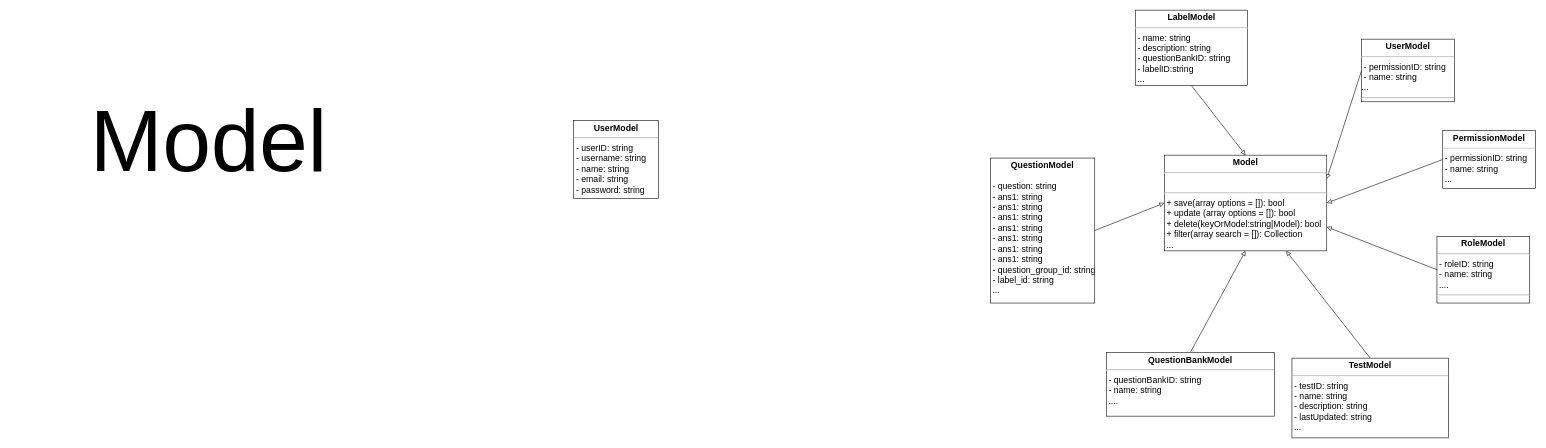
This is page "Model" (2 of 4) of Hình/classdiagram.drawio from VDT1805/ChallengeCreator, a draw.io file, before an edit. Source tidied: cells renumbered, new cells numbered last; positions are measured from the earlier drawing's top-left corner, leaving out a move shared by most shapes. Both pictures are drawn from the tidied source at 58%, with x=0, y=0 at pixel (10, 10).
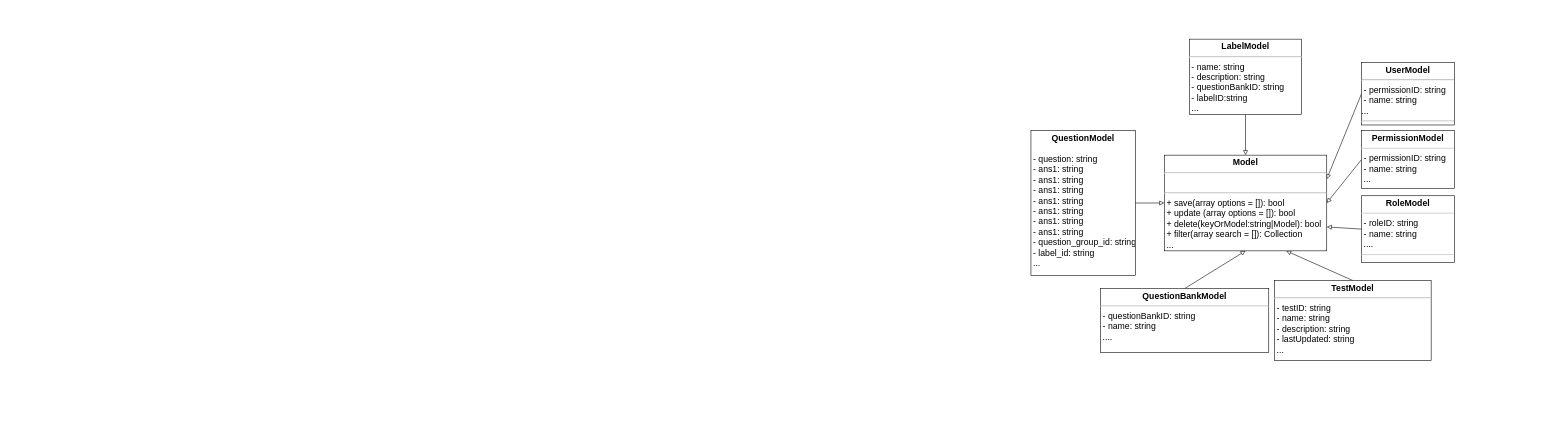
Above is the later version.

The edit, as a diff of the source:
```diff
@@
 <mxGraphModel>
   <root>
     <mxCell id="0" />
     <mxCell id="1" parent="0" />
-    <mxCell id="2" value="&lt;p style=&quot;margin: 4px 0px 0px; text-align: center; font-size: 15px;&quot;&gt;&lt;b style=&quot;font-size: 15px;&quot;&gt;UserModel&lt;/b&gt;&lt;/p&gt;&lt;hr style=&quot;font-size: 15px;&quot;&gt;&lt;p style=&quot;margin: 0px 0px 0px 4px; font-size: 15px;&quot;&gt;- userID: string&lt;/p&gt;&lt;p style=&quot;margin: 0px 0px 0px 4px; font-size: 15px;&quot;&gt;- username: string&lt;/p&gt;&lt;p style=&quot;margin: 0px 0px 0px 4px; font-size: 15px;&quot;&gt;- name: string&lt;/p&gt;&lt;p style=&quot;margin: 0px 0px 0px 4px; font-size: 15px;&quot;&gt;- email: string&lt;/p&gt;&lt;p style=&quot;margin: 0px 0px 0px 4px; font-size: 15px;&quot;&gt;- password: string&lt;/p&gt;&lt;hr style=&quot;font-size: 15px;&quot;&gt;&lt;p style=&quot;margin: 0px 0px 0px 4px; font-size: 15px;&quot;&gt;&lt;br style=&quot;font-size: 15px;&quot;&gt;&lt;/p&gt;" style="verticalAlign=top;align=left;overflow=fill;fontSize=15;fontFamily=Helvetica;html=1;" parent="1" vertex="1">
-      <mxGeometry x="971.5" y="190" width="146" height="135" as="geometry" />
-    </mxCell>
     <mxCell id="3" style="edgeStyle=none;html=1;exitX=0.5;exitY=0;exitDx=0;exitDy=0;entryX=0.5;entryY=1;entryDx=0;entryDy=0;endArrow=block;endFill=0;" parent="1" edge="1" source="4" target="16">
       <mxGeometry relative="1" as="geometry" />
     </mxCell>
     <mxCell id="4" value="&lt;p style=&quot;margin: 4px 0px 0px; text-align: center; font-size: 15px;&quot;&gt;&lt;b style=&quot;font-size: 15px;&quot;&gt;QuestionBankModel&lt;/b&gt;&lt;/p&gt;&lt;hr style=&quot;font-size: 15px;&quot;&gt;&lt;p style=&quot;margin: 0px 0px 0px 4px; font-size: 15px;&quot;&gt;- questionBankID: string&lt;/p&gt;&lt;p style=&quot;margin: 0px 0px 0px 4px; font-size: 15px;&quot;&gt;- name: string&lt;/p&gt;&lt;p style=&quot;margin: 0px 0px 0px 4px; font-size: 15px;&quot;&gt;....&lt;/p&gt;&lt;p style=&quot;margin: 0px 0px 0px 4px; font-size: 15px;&quot;&gt;&lt;br style=&quot;font-size: 15px;&quot;&gt;&lt;/p&gt;&lt;hr style=&quot;font-size: 15px;&quot;&gt;&lt;p style=&quot;margin: 0px 0px 0px 4px; font-size: 15px;&quot;&gt;&lt;br style=&quot;font-size: 15px;&quot;&gt;&lt;/p&gt;" style="verticalAlign=top;align=left;overflow=fill;fontSize=15;fontFamily=Helvetica;html=1;" parent="1" vertex="1">
-      <mxGeometry x="1890" y="590" width="290" height="110" as="geometry" />
+      <mxGeometry x="1880" y="480" width="290" height="110" as="geometry" />
     </mxCell>
     <mxCell id="5" style="edgeStyle=none;html=1;exitX=0.5;exitY=0;exitDx=0;exitDy=0;entryX=0.75;entryY=1;entryDx=0;entryDy=0;endArrow=block;endFill=0;" parent="1" edge="1" source="6" target="16">
       <mxGeometry relative="1" as="geometry" />
     </mxCell>
     <mxCell id="6" value="&lt;p style=&quot;margin: 4px 0px 0px; text-align: center; font-size: 15px;&quot;&gt;&lt;b style=&quot;font-size: 15px;&quot;&gt;TestModel&lt;/b&gt;&lt;/p&gt;&lt;hr style=&quot;font-size: 15px;&quot;&gt;&lt;p style=&quot;margin: 0px 0px 0px 4px; font-size: 15px;&quot;&gt;- testID: string&lt;/p&gt;&lt;p style=&quot;margin: 0px 0px 0px 4px; font-size: 15px;&quot;&gt;- name: string&lt;br style=&quot;font-size: 15px;&quot;&gt;&lt;/p&gt;&lt;p style=&quot;margin: 0px 0px 0px 4px; font-size: 15px;&quot;&gt;- description: string&lt;/p&gt;&lt;p style=&quot;margin: 0px 0px 0px 4px; font-size: 15px;&quot;&gt;- lastUpdated: string&lt;/p&gt;&lt;p style=&quot;margin: 0px 0px 0px 4px; font-size: 15px;&quot;&gt;...&lt;/p&gt;&lt;p style=&quot;margin: 0px 0px 0px 4px; font-size: 15px;&quot;&gt;&lt;br&gt;&lt;/p&gt;&lt;p style=&quot;margin: 0px 0px 0px 4px; font-size: 15px;&quot;&gt;&lt;br style=&quot;font-size: 15px;&quot;&gt;&lt;/p&gt;" style="verticalAlign=top;align=left;overflow=fill;fontSize=15;fontFamily=Helvetica;html=1;" parent="1" vertex="1">
-      <mxGeometry x="2210" y="600" width="270" height="137.5" as="geometry" />
+      <mxGeometry x="2180" y="466.2" width="270" height="137.5" as="geometry" />
     </mxCell>
     <mxCell id="7" style="edgeStyle=none;html=1;exitX=0.5;exitY=1;exitDx=0;exitDy=0;entryX=0.5;entryY=0;entryDx=0;entryDy=0;endArrow=block;endFill=0;" parent="1" edge="1" source="8" target="16">
       <mxGeometry relative="1" as="geometry" />
     </mxCell>
     <mxCell id="8" value="&lt;p style=&quot;margin: 4px 0px 0px; text-align: center; font-size: 15px;&quot;&gt;&lt;b style=&quot;font-size: 15px;&quot;&gt;LabelModel&lt;/b&gt;&lt;/p&gt;&lt;hr style=&quot;font-size: 15px;&quot;&gt;&lt;p style=&quot;margin: 0px 0px 0px 4px; font-size: 15px;&quot;&gt;- name: string&lt;/p&gt;&lt;p style=&quot;margin: 0px 0px 0px 4px; font-size: 15px;&quot;&gt;- description: string&lt;/p&gt;&lt;p style=&quot;margin: 0px 0px 0px 4px; font-size: 15px;&quot;&gt;- questionBankID: string&lt;/p&gt;&lt;p style=&quot;margin: 0px 0px 0px 4px; font-size: 15px;&quot;&gt;- labelID:string&lt;/p&gt;&lt;p style=&quot;margin: 0px 0px 0px 4px; font-size: 15px;&quot;&gt;...&lt;/p&gt;" style="verticalAlign=top;align=left;overflow=fill;fontSize=15;fontFamily=Helvetica;html=1;" parent="1" vertex="1">
-      <mxGeometry x="1940" width="193.5" height="130" as="geometry" />
+      <mxGeometry x="2033.2" y="50" width="193.5" height="130" as="geometry" />
     </mxCell>
     <mxCell id="9" style="edgeStyle=none;html=1;exitX=0;exitY=0.5;exitDx=0;exitDy=0;entryX=1;entryY=0.75;entryDx=0;entryDy=0;endArrow=block;endFill=0;" parent="1" edge="1" source="10" target="16">
       <mxGeometry relative="1" as="geometry" />
     </mxCell>
     <mxCell id="10" value="&lt;p style=&quot;margin: 4px 0px 0px; text-align: center; font-size: 15px;&quot;&gt;&lt;b style=&quot;font-size: 15px;&quot;&gt;RoleModel&lt;/b&gt;&lt;/p&gt;&lt;hr style=&quot;font-size: 15px;&quot;&gt;&lt;p style=&quot;margin: 0px 0px 0px 4px; font-size: 15px;&quot;&gt;- roleID: string&lt;/p&gt;&lt;p style=&quot;margin: 0px 0px 0px 4px; font-size: 15px;&quot;&gt;- name: string&lt;/p&gt;&lt;p style=&quot;margin: 0px 0px 0px 4px; font-size: 15px;&quot;&gt;....&lt;/p&gt;&lt;hr style=&quot;font-size: 15px;&quot;&gt;&lt;p style=&quot;margin: 0px 0px 0px 4px; font-size: 15px;&quot;&gt;&lt;br style=&quot;font-size: 15px;&quot;&gt;&lt;/p&gt;" style="verticalAlign=top;align=left;overflow=fill;fontSize=15;fontFamily=Helvetica;html=1;" parent="1" vertex="1">
-      <mxGeometry x="2460" y="390" width="160" height="115" as="geometry" />
+      <mxGeometry x="2330" y="320" width="160" height="115" as="geometry" />
     </mxCell>
     <mxCell id="11" style="edgeStyle=none;html=1;exitX=0;exitY=0.5;exitDx=0;exitDy=0;entryX=1;entryY=0.25;entryDx=0;entryDy=0;endArrow=block;endFill=0;" parent="1" edge="1" source="12" target="16">
       <mxGeometry relative="1" as="geometry" />
     </mxCell>
     <mxCell id="12" value="&lt;p style=&quot;margin: 4px 0px 0px; text-align: center; font-size: 15px;&quot;&gt;&lt;b style=&quot;font-size: 15px;&quot;&gt;UserModel&lt;/b&gt;&lt;/p&gt;&lt;hr style=&quot;font-size: 15px;&quot;&gt;&lt;p style=&quot;margin: 0px 0px 0px 4px; font-size: 15px;&quot;&gt;- permissionID: string&lt;/p&gt;&lt;p style=&quot;margin: 0px 0px 0px 4px; font-size: 15px;&quot;&gt;- name: string&lt;/p&gt;...&lt;hr style=&quot;font-size: 15px;&quot;&gt;&lt;p style=&quot;margin: 0px 0px 0px 4px; font-size: 15px;&quot;&gt;&lt;br style=&quot;font-size: 15px;&quot;&gt;&lt;/p&gt;" style="verticalAlign=top;align=left;overflow=fill;fontSize=15;fontFamily=Helvetica;html=1;" parent="1" vertex="1">
-      <mxGeometry x="2330" y="50" width="160" height="108" as="geometry" />
+      <mxGeometry x="2330" y="90" width="160" height="108" as="geometry" />
     </mxCell>
-    <mxCell id="13" value="&lt;font style=&quot;font-size: 150px;&quot;&gt;Model&lt;/font&gt;" style="text;html=1;strokeColor=none;fillColor=none;align=center;verticalAlign=middle;whiteSpace=wrap;rounded=0;" parent="1" vertex="1">
-      <mxGeometry y="110" width="685" height="227" as="geometry" />
-    </mxCell>
     <mxCell id="14" style="edgeStyle=none;html=1;exitX=1;exitY=0.5;exitDx=0;exitDy=0;entryX=0;entryY=0.5;entryDx=0;entryDy=0;endArrow=block;endFill=0;" parent="1" edge="1" source="15" target="16">
       <mxGeometry relative="1" as="geometry" />
     </mxCell>
     <mxCell id="15" value="&lt;p style=&quot;margin: 4px 0px 0px; text-align: center; font-size: 15px;&quot;&gt;&lt;b style=&quot;font-size: 15px;&quot;&gt;QuestionModel&lt;/b&gt;&lt;/p&gt;&lt;p style=&quot;margin: 0px 0px 0px 4px; font-size: 15px;&quot;&gt;&lt;span style=&quot;background-color: initial;&quot;&gt;&lt;br&gt;&lt;/span&gt;&lt;/p&gt;&lt;p style=&quot;margin: 0px 0px 0px 4px; font-size: 15px;&quot;&gt;&lt;span style=&quot;background-color: initial;&quot;&gt;- question: string&lt;/span&gt;&lt;br&gt;&lt;/p&gt;&lt;p style=&quot;margin: 0px 0px 0px 4px; font-size: 15px;&quot;&gt;- ans1: string&lt;/p&gt;&lt;p style=&quot;margin: 0px 0px 0px 4px; font-size: 15px;&quot;&gt;- ans1: string&lt;br&gt;&lt;/p&gt;&lt;p style=&quot;margin: 0px 0px 0px 4px; font-size: 15px;&quot;&gt;- ans1: string&lt;br&gt;&lt;/p&gt;&lt;p style=&quot;margin: 0px 0px 0px 4px; font-size: 15px;&quot;&gt;- ans1: string&lt;br&gt;&lt;/p&gt;&lt;p style=&quot;margin: 0px 0px 0px 4px; font-size: 15px;&quot;&gt;- ans1: string&lt;br&gt;&lt;/p&gt;&lt;p style=&quot;margin: 0px 0px 0px 4px; font-size: 15px;&quot;&gt;- ans1: string&lt;br&gt;&lt;/p&gt;&lt;p style=&quot;margin: 0px 0px 0px 4px; font-size: 15px;&quot;&gt;- ans1: string&lt;br&gt;&lt;/p&gt;&lt;p style=&quot;margin: 0px 0px 0px 4px; font-size: 15px;&quot;&gt;- question_group_id: string&lt;/p&gt;&lt;p style=&quot;margin: 0px 0px 0px 4px; font-size: 15px;&quot;&gt;- label_id: string&lt;/p&gt;&lt;p style=&quot;margin: 0px 0px 0px 4px; font-size: 15px;&quot;&gt;...&lt;/p&gt;" style="verticalAlign=top;align=left;overflow=fill;fontSize=15;fontFamily=Helvetica;html=1;" parent="1" vertex="1">
-      <mxGeometry x="1690" y="255" width="180" height="250" as="geometry" />
+      <mxGeometry x="1760" y="207.5" width="180" height="250" as="geometry" />
     </mxCell>
     <mxCell id="16" value="&lt;p style=&quot;margin: 4px 0px 0px; text-align: center; font-size: 15px;&quot;&gt;&lt;b&gt;Model&lt;/b&gt;&lt;/p&gt;&lt;hr style=&quot;font-size: 15px;&quot;&gt;&lt;p style=&quot;margin: 0px 0px 0px 4px; font-size: 15px;&quot;&gt;&lt;br&gt;&lt;/p&gt;&lt;hr style=&quot;font-size: 15px;&quot;&gt;&lt;p style=&quot;margin: 0px 0px 0px 4px;&quot;&gt;+ save(array options = []): bool&lt;br style=&quot;font-size: 15px;&quot;&gt;&lt;/p&gt;&amp;nbsp;+ update (array options = []): bool&lt;p style=&quot;margin: 0px 0px 0px 4px;&quot;&gt;+ delete(keyOrModel:string|Model): bool&lt;/p&gt;&lt;p style=&quot;margin: 0px 0px 0px 4px;&quot;&gt;+ filter(array search = []): Collection&lt;/p&gt;&lt;p style=&quot;margin: 0px 0px 0px 4px;&quot;&gt;...&lt;/p&gt;" style="verticalAlign=top;align=left;overflow=fill;fontSize=15;fontFamily=Helvetica;html=1;" parent="1" vertex="1">
       <mxGeometry x="1990" y="250" width="280" height="165" as="geometry" />
     </mxCell>
     <mxCell id="17" style="edgeStyle=none;html=1;exitX=0;exitY=0.5;exitDx=0;exitDy=0;entryX=1;entryY=0.5;entryDx=0;entryDy=0;endArrow=block;endFill=0;" parent="1" edge="1" source="18" target="16">
       <mxGeometry relative="1" as="geometry" />
     </mxCell>
     <mxCell id="18" value="&lt;p style=&quot;margin: 4px 0px 0px; text-align: center; font-size: 15px;&quot;&gt;&lt;b style=&quot;font-size: 15px;&quot;&gt;PermissionModel&lt;/b&gt;&lt;/p&gt;&lt;hr style=&quot;font-size: 15px;&quot;&gt;&lt;p style=&quot;margin: 0px 0px 0px 4px; font-size: 15px;&quot;&gt;- permissionID: string&lt;/p&gt;&lt;p style=&quot;margin: 0px 0px 0px 4px; font-size: 15px;&quot;&gt;- name: string&lt;/p&gt;&lt;p style=&quot;margin: 0px 0px 0px 4px; font-size: 15px;&quot;&gt;...&lt;/p&gt;&lt;hr style=&quot;font-size: 15px;&quot;&gt;&lt;p style=&quot;margin: 0px 0px 0px 4px; font-size: 15px;&quot;&gt;&lt;br style=&quot;font-size: 15px;&quot;&gt;&lt;/p&gt;" style="verticalAlign=top;align=left;overflow=fill;fontSize=15;fontFamily=Helvetica;html=1;" parent="1" vertex="1">
-      <mxGeometry x="2470" y="207.5" width="160" height="100" as="geometry" />
+      <mxGeometry x="2330" y="207.5" width="160" height="100" as="geometry" />
     </mxCell>
   </root>
 </mxGraphModel>
```
